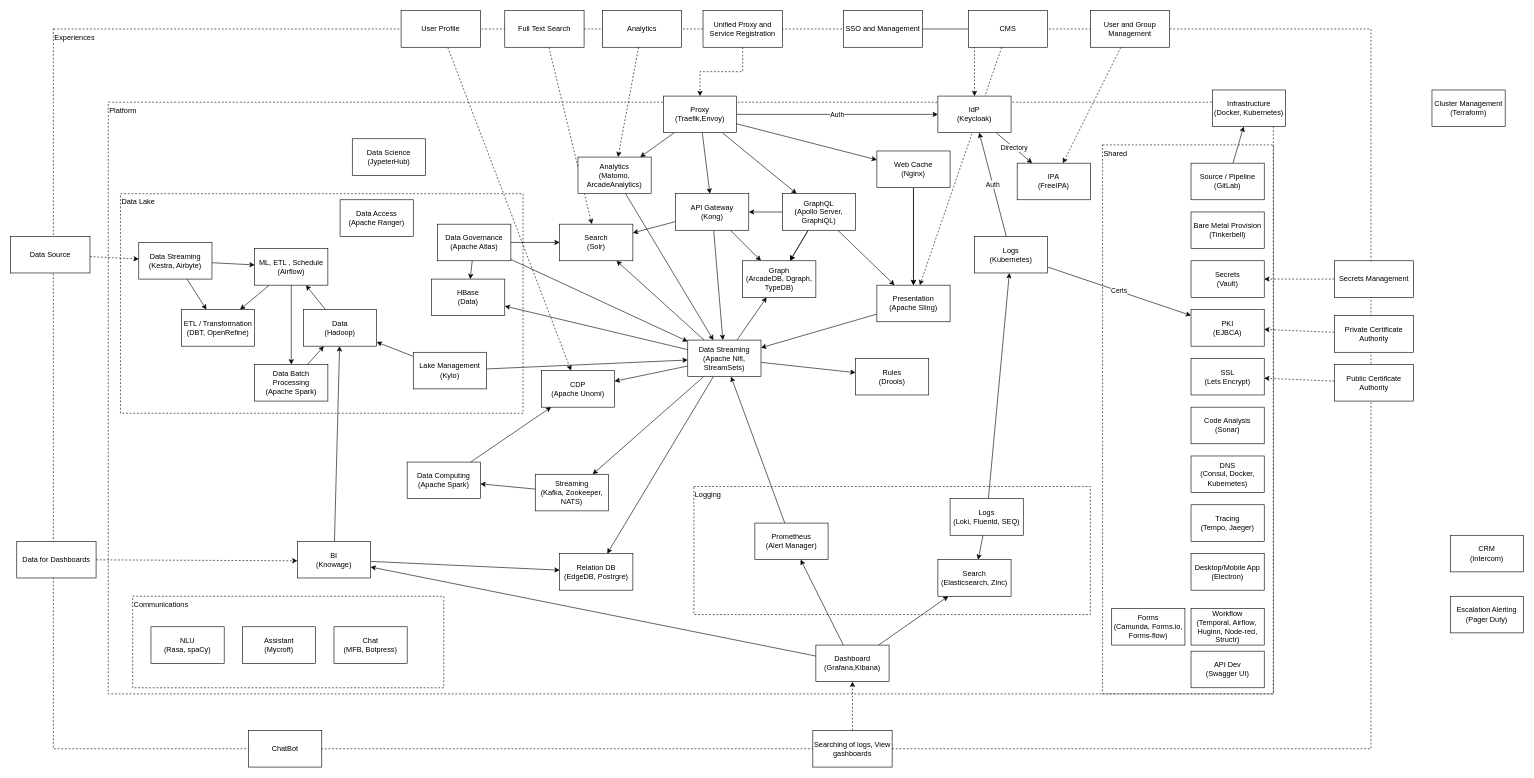
Above: page "Services" (1 of 2) of _gxp/diagrams/GXP-Architecture.drawio in governance-foundation/governance.foundation (draw.io), before the change. Source tidied: cells renumbered, new cells numbered last; positions are measured from the earlier drawing's top-left corner, leaving out a move shared by most shapes. Both pictures are drawn from the tidied source at 61%, with x=0, y=0 at pixel (10, 10).
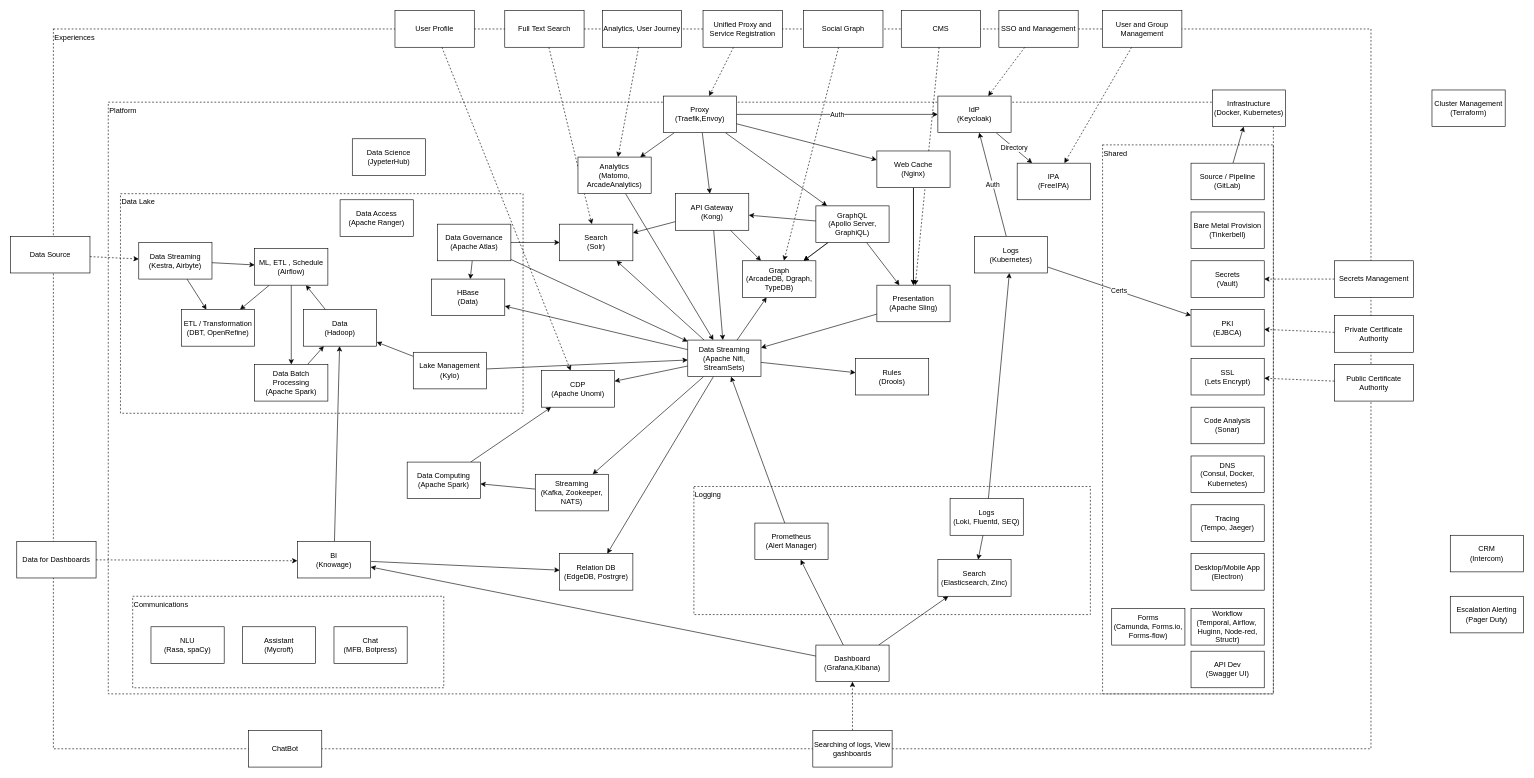
The same diagram, later.

Commit message:
add social graph.

Unchanged cells that the change refers to:
```xml
<mxCell id="6" value="Unified Proxy and Service Registration" style="rounded=0;whiteSpace=wrap;html=1;" parent="1" vertex="1">
  <mxGeometry x="1135" width="130" height="60" as="geometry" />
</mxCell>
<mxCell id="50" value="Graph&lt;br&gt;(ArcadeDB,&amp;nbsp;Dgraph, TypeDB)" style="rounded=0;whiteSpace=wrap;html=1;" parent="31" vertex="1">
  <mxGeometry x="1200" y="410" width="120" height="60" as="geometry" />
</mxCell>
<mxCell id="59" value="&lt;div&gt;&lt;span&gt;Proxy&lt;/span&gt;&lt;/div&gt;&lt;div&gt;&lt;span&gt;(Traefik,Envoy)&lt;/span&gt;&lt;br&gt;&lt;/div&gt;" style="rounded=0;whiteSpace=wrap;html=1;" parent="31" vertex="1">
  <mxGeometry x="1070" y="140" width="120" height="60" as="geometry" />
</mxCell>
<mxCell id="61" value="&lt;div&gt;IdP&lt;/div&gt;&lt;div&gt;(Keycloak)&lt;/div&gt;" style="rounded=0;whiteSpace=wrap;html=1;" parent="31" vertex="1">
  <mxGeometry x="1520" y="140" width="120" height="60" as="geometry" />
</mxCell>
```

The edit, as a diff of the source:
```diff
@@
-    <mxCell id="5" style="edgeStyle=orthogonalEdgeStyle;rounded=0;jettySize=auto;html=1;dashed=1;" parent="1" edge="1" source="6" target="59">
+    <mxCell id="5" style="rounded=0;jettySize=auto;html=1;dashed=1;" parent="1" edge="1" source="6" target="59">
       <mxGeometry relative="1" as="geometry" />
     </mxCell>
@@
-    <mxCell id="7" style="edgeStyle=orthogonalEdgeStyle;rounded=0;jettySize=auto;html=1;dashed=1;" parent="1" edge="1" source="8" target="61">
+    <mxCell id="7" style="rounded=0;jettySize=auto;html=1;dashed=1;" parent="1" edge="1" source="8" target="61">
       <mxGeometry relative="1" as="geometry" />
     </mxCell>
     <mxCell id="8" value="SSO and Management" style="rounded=0;whiteSpace=wrap;html=1;" parent="1" vertex="1">
-      <mxGeometry x="1365" width="130" height="60" as="geometry" />
+      <mxGeometry x="1620" width="130" height="60" as="geometry" />
     </mxCell>
@@
-    <mxCell id="13" value="Analytics" style="rounded=0;whiteSpace=wrap;html=1;" parent="1" vertex="1">
+    <mxCell id="13" value="Analytics, User Journey" style="rounded=0;whiteSpace=wrap;html=1;" parent="1" vertex="1">
       <mxGeometry x="970" width="130" height="60" as="geometry" />
     </mxCell>
     <mxCell id="14" value="CMS" style="rounded=0;whiteSpace=wrap;html=1;" parent="1" vertex="1">
-      <mxGeometry x="1570" width="130" height="60" as="geometry" />
+      <mxGeometry x="1460" width="130" height="60" as="geometry" />
     </mxCell>
@@
     <mxCell id="18" value="User Profile" style="rounded=0;whiteSpace=wrap;html=1;" parent="1" vertex="1">
-      <mxGeometry x="640" width="130" height="60" as="geometry" />
+      <mxGeometry x="630" width="130" height="60" as="geometry" />
     </mxCell>
@@
     <mxCell id="20" value="User and Group Management" style="rounded=0;whiteSpace=wrap;html=1;" parent="1" vertex="1">
-      <mxGeometry x="1770" width="130" height="60" as="geometry" />
+      <mxGeometry x="1790" width="130" height="60" as="geometry" />
     </mxCell>
@@
+    <mxCell id="135" style="edgeStyle=none;html=1;dashed=1;" parent="1" edge="1" source="136" target="50">
+      <mxGeometry relative="1" as="geometry" />
+    </mxCell>
+    <mxCell id="136" value="Social Graph" style="rounded=0;whiteSpace=wrap;html=1;" parent="1" vertex="1">
+      <mxGeometry x="1300" width="130" height="60" as="geometry" />
+    </mxCell>
@@
     <mxCell id="132" value="&lt;div&gt;GraphQL&lt;/div&gt;&lt;div&gt;(Apollo Server, GraphiQL)&lt;/div&gt;" style="rounded=0;whiteSpace=wrap;html=1;" parent="31" vertex="1">
-      <mxGeometry x="1265" y="300" width="120" height="60" as="geometry" />
+      <mxGeometry x="1320" y="320" width="120" height="60" as="geometry" />
     </mxCell>
```
